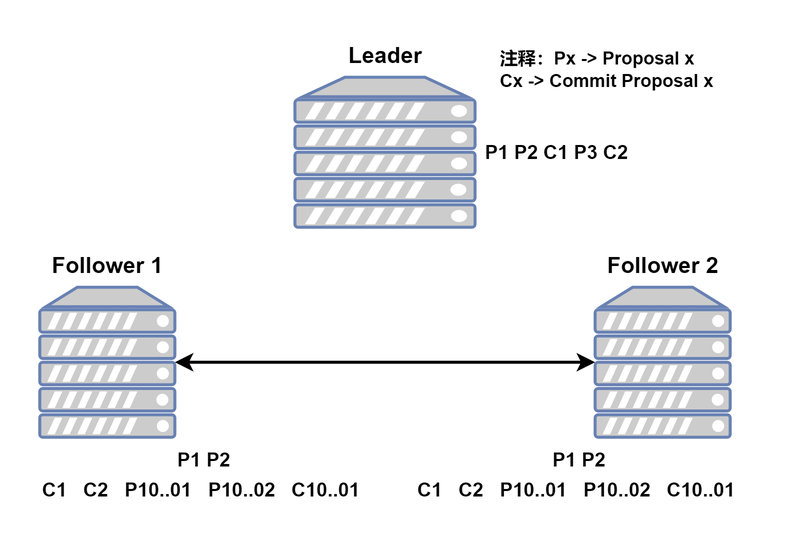
Earlier version of the draw.io export rpc/zkerr2.png (maling-one/img). Source tidied: cells renumbered, new cells last; positions are measured from the earlier drawing's top-left corner, leaving out a move shared by most shapes. Its diagram source:
```xml
<mxGraphModel math="1">
  <root>
    <mxCell id="0" />
    <mxCell id="1" parent="0" />
    <mxCell id="2" style="fontColor=#0066CC;verticalAlign=top;verticalLabelPosition=bottom;labelPosition=center;align=center;html=1;fillColor=#CCCCCC;strokeColor=#6881B3;gradientColor=none;gradientDirection=north;strokeWidth=2;shape=mxgraph.networks.server;" parent="1" vertex="1">
      <mxGeometry x="175" y="30" width="120" height="100" as="geometry" />
    </mxCell>
    <mxCell id="3" style="rounded=0;jettySize=auto;html=1;exitX=1;exitY=0.5;exitDx=0;exitDy=0;exitPerimeter=0;entryX=0;entryY=0.5;entryDx=0;entryDy=0;entryPerimeter=0;endArrow=classic;endFill=1;startArrow=classic;startFill=1;" parent="1" edge="1" source="4" target="5">
      <mxGeometry relative="1" as="geometry" />
    </mxCell>
    <mxCell id="4" style="fontColor=#0066CC;verticalAlign=top;verticalLabelPosition=bottom;labelPosition=center;align=center;html=1;outlineConnect=0;fillColor=#CCCCCC;strokeColor=#6881B3;gradientColor=none;gradientDirection=north;strokeWidth=2;shape=mxgraph.networks.server;" parent="1" vertex="1">
      <mxGeometry x="5" y="170" width="90" height="100" as="geometry" />
    </mxCell>
    <mxCell id="5" style="fontColor=#0066CC;verticalAlign=top;verticalLabelPosition=bottom;labelPosition=center;align=center;html=1;outlineConnect=0;fillColor=#CCCCCC;strokeColor=#6881B3;gradientColor=none;gradientDirection=north;strokeWidth=2;shape=mxgraph.networks.server;" parent="1" vertex="1">
      <mxGeometry x="375" y="170" width="90" height="100" as="geometry" />
    </mxCell>
    <mxCell id="6" value="&lt;font style=&quot;font-size: 15px&quot;&gt;&lt;b&gt;Leader&lt;/b&gt;&lt;/font&gt;" style="text;html=1;align=center;verticalAlign=middle;strokeColor=none;" parent="1" vertex="1">
      <mxGeometry x="200" width="70" height="30" as="geometry" />
    </mxCell>
    <mxCell id="7" value="&lt;font style=&quot;font-size: 15px&quot;&gt;&lt;b&gt;Follower 1&lt;/b&gt;&lt;/font&gt;" style="text;html=1;align=center;verticalAlign=middle;strokeColor=none;" parent="1" vertex="1">
      <mxGeometry y="140" width="100" height="30" as="geometry" />
    </mxCell>
    <mxCell id="8" value="&lt;font style=&quot;font-size: 15px&quot;&gt;&lt;b&gt;Follower 2&lt;/b&gt;&lt;/font&gt;" style="text;html=1;align=center;verticalAlign=middle;strokeColor=none;" parent="1" vertex="1">
      <mxGeometry x="370" y="140" width="100" height="30" as="geometry" />
    </mxCell>
    <mxCell id="9" value="&lt;b&gt;&lt;font style=&quot;font-size: 13px&quot;&gt;P1 P2 C1 P3 C2&lt;/font&gt;&lt;/b&gt;" style="text;html=1;align=left;verticalAlign=middle;strokeColor=none;" parent="1" vertex="1">
      <mxGeometry x="300" y="65" width="120" height="30" as="geometry" />
    </mxCell>
    <mxCell id="10" value="&lt;b&gt;&lt;font style=&quot;font-size: 13px&quot;&gt;P1 P2&amp;nbsp;&lt;/font&gt;&lt;/b&gt;" style="text;html=1;align=left;verticalAlign=middle;strokeColor=none;" parent="1" vertex="1">
      <mxGeometry x="95" y="270" width="60" height="30" as="geometry" />
    </mxCell>
    <mxCell id="11" value="&lt;b&gt;&lt;font style=&quot;font-size: 13px&quot;&gt;P1 P2&lt;/font&gt;&lt;/b&gt;" style="text;html=1;align=left;verticalAlign=middle;strokeColor=none;" parent="1" vertex="1">
      <mxGeometry x="345" y="270" width="60" height="30" as="geometry" />
    </mxCell>
    <mxCell id="12" value="&lt;b&gt;注释：Px -&amp;gt;&amp;nbsp;Proposal x&lt;br&gt;Cx -&amp;gt; Commit&amp;nbsp;Proposal x&lt;/b&gt;" style="text;html=1;align=left;verticalAlign=middle;strokeColor=none;" parent="1" vertex="1">
      <mxGeometry x="310" y="5" width="170" height="40" as="geometry" />
    </mxCell>
    <mxCell id="13" value="&lt;b&gt;&lt;font style=&quot;font-size: 13px&quot;&gt;C1&amp;nbsp; &amp;nbsp;C2&amp;nbsp; &amp;nbsp;P10..01&amp;nbsp; &amp;nbsp;P10..02&amp;nbsp; &amp;nbsp;C10..01&amp;nbsp;&lt;/font&gt;&lt;/b&gt;" style="text;html=1;align=left;verticalAlign=middle;strokeColor=none;" parent="1" vertex="1">
      <mxGeometry x="5" y="290" width="240" height="30" as="geometry" />
    </mxCell>
    <mxCell id="14" value="&lt;b&gt;&lt;font style=&quot;font-size: 13px&quot;&gt;C1&amp;nbsp; &amp;nbsp;C2&amp;nbsp; &amp;nbsp;P10..01&amp;nbsp; &amp;nbsp;P10..02&amp;nbsp; &amp;nbsp;C10..01&amp;nbsp;&lt;/font&gt;&lt;/b&gt;" style="text;html=1;align=left;verticalAlign=middle;strokeColor=none;" parent="1" vertex="1">
      <mxGeometry x="255" y="290" width="240" height="30" as="geometry" />
    </mxCell>
  </root>
</mxGraphModel>
```
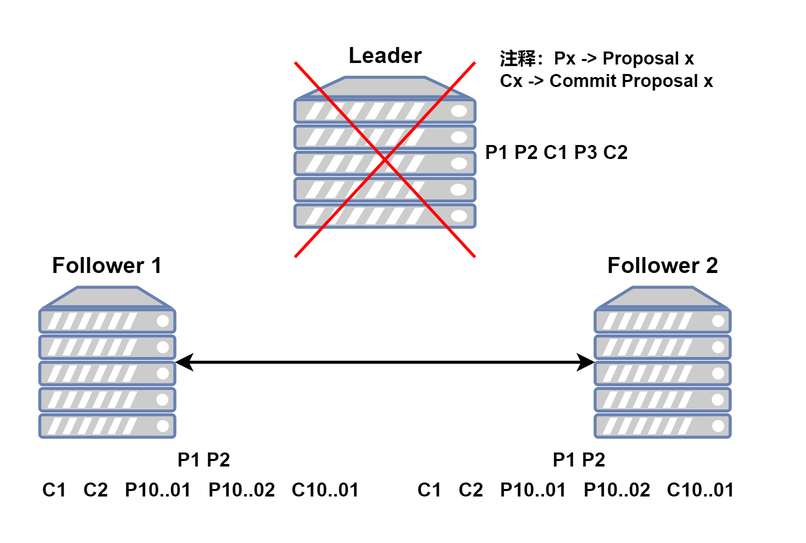
Later version of the same file.

What changed in the source:
```diff
@@ -41,5 +41,17 @@
     <mxCell id="14" value="&lt;b&gt;&lt;font style=&quot;font-size: 13px&quot;&gt;C1&amp;nbsp; &amp;nbsp;C2&amp;nbsp; &amp;nbsp;P10..01&amp;nbsp; &amp;nbsp;P10..02&amp;nbsp; &amp;nbsp;C10..01&amp;nbsp;&lt;/font&gt;&lt;/b&gt;" style="text;html=1;align=left;verticalAlign=middle;strokeColor=none;" parent="1" vertex="1">
       <mxGeometry x="255" y="290" width="240" height="30" as="geometry" />
     </mxCell>
+    <mxCell id="15" style="endArrow=none;html=1;strokeColor=#FF0000;" parent="1" edge="1">
+      <mxGeometry relative="1" as="geometry">
+        <mxPoint x="175" y="150" as="sourcePoint" />
+        <mxPoint x="295" y="20" as="targetPoint" />
+      </mxGeometry>
+    </mxCell>
+    <mxCell id="16" style="endArrow=none;html=1;strokeColor=#FF0000;" parent="1" edge="1">
+      <mxGeometry relative="1" as="geometry">
+        <mxPoint x="175" y="20" as="sourcePoint" />
+        <mxPoint x="295" y="150" as="targetPoint" />
+      </mxGeometry>
+    </mxCell>
   </root>
 </mxGraphModel>
```
